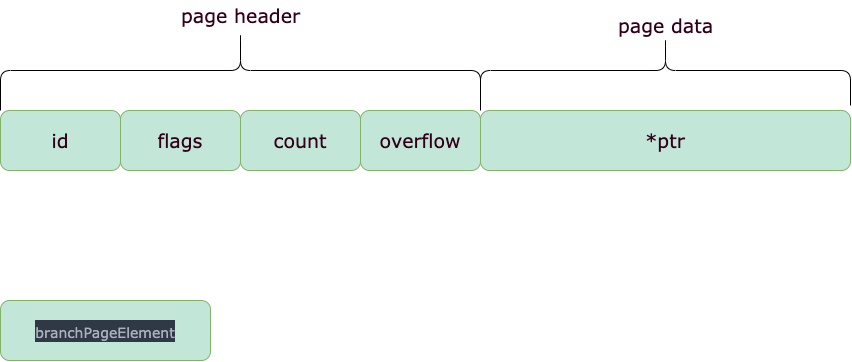
Above: uPic/分支节点类型page示意图.png in hfdpx/fictional-sniffle (draw.io), before the change. Source tidied: cells renumbered, new cells last; positions are measured from the earlier drawing's top-left corner, leaving out a move shared by most shapes.
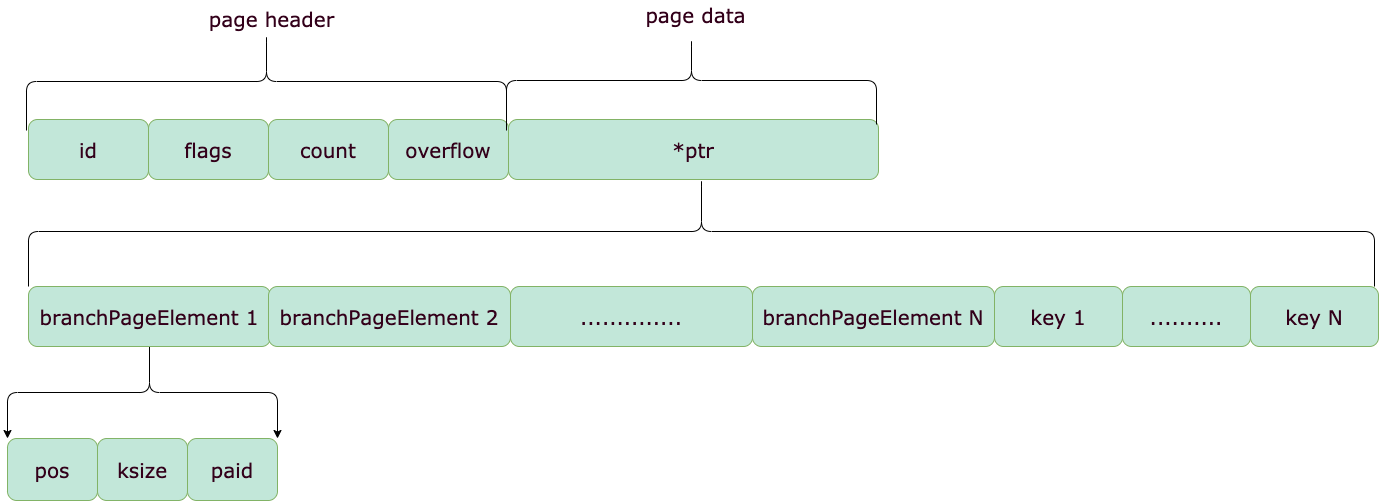
After the change.

Commit message:
更新分支节点类型page示意图.png

What changed in the source:
```diff
@@ -2,35 +2,71 @@
   <root>
     <mxCell id="0" />
     <mxCell id="1" parent="0" />
-    <mxCell id="2" value="count" style="rounded=1;whiteSpace=wrap;html=1;strokeColor=#82b366;fillColor=#C2E7D9;fontFamily=Verdana;fontSize=19;fontColor=#33001A;" parent="1" vertex="1">
+    <mxCell id="2" value="count" style="rounded=1;whiteSpace=wrap;html=1;strokeColor=#82b366;fillColor=#C2E7D9;fontFamily=Verdana;fontSize=20;fontColor=#33001A;" parent="1" vertex="1">
       <mxGeometry x="240" y="110" width="120" height="60" as="geometry" />
     </mxCell>
-    <mxCell id="3" value="flags" style="rounded=1;whiteSpace=wrap;html=1;strokeColor=#82b366;fillColor=#C2E7D9;fontFamily=Verdana;fontSize=19;fontColor=#33001A;" parent="1" vertex="1">
+    <mxCell id="3" value="flags" style="rounded=1;whiteSpace=wrap;html=1;strokeColor=#82b366;fillColor=#C2E7D9;fontFamily=Verdana;fontSize=20;fontColor=#33001A;" parent="1" vertex="1">
       <mxGeometry x="120" y="110" width="120" height="60" as="geometry" />
     </mxCell>
-    <mxCell id="4" value="overflow" style="rounded=1;whiteSpace=wrap;html=1;strokeColor=#82b366;fillColor=#C2E7D9;fontFamily=Verdana;fontSize=19;fontColor=#33001A;" parent="1" vertex="1">
+    <mxCell id="4" value="overflow" style="rounded=1;whiteSpace=wrap;html=1;strokeColor=#82b366;fillColor=#C2E7D9;fontFamily=Verdana;fontSize=20;fontColor=#33001A;" parent="1" vertex="1">
       <mxGeometry x="360" y="110" width="120" height="60" as="geometry" />
     </mxCell>
-    <mxCell id="5" value="*ptr" style="rounded=1;whiteSpace=wrap;html=1;strokeColor=#82b366;fillColor=#C2E7D9;fontFamily=Verdana;fontSize=19;fontColor=#33001A;" parent="1" vertex="1">
+    <mxCell id="5" value="*ptr" style="rounded=1;whiteSpace=wrap;html=1;strokeColor=#82b366;fillColor=#C2E7D9;fontFamily=Verdana;fontSize=20;fontColor=#33001A;" parent="1" vertex="1">
       <mxGeometry x="480" y="110" width="370" height="60" as="geometry" />
     </mxCell>
-    <mxCell id="6" value="id" style="rounded=1;whiteSpace=wrap;html=1;strokeColor=#82b366;fillColor=#C2E7D9;fontFamily=Verdana;fontSize=19;fontColor=#33001A;" parent="1" vertex="1">
+    <mxCell id="6" value="id" style="rounded=1;whiteSpace=wrap;html=1;strokeColor=#82b366;fillColor=#C2E7D9;fontFamily=Verdana;fontSize=20;fontColor=#33001A;" parent="1" vertex="1">
       <mxGeometry y="110" width="120" height="60" as="geometry" />
     </mxCell>
-    <mxCell id="7" style="shape=curlyBracket;whiteSpace=wrap;html=1;rounded=1;fontFamily=Verdana;fontSize=19;fillColor=#C2E7D9;direction=south;fontColor=#33001A;" parent="1" vertex="1">
-      <mxGeometry x="480" y="35" width="370" height="70" as="geometry" />
+    <mxCell id="7" style="shape=curlyBracket;whiteSpace=wrap;html=1;rounded=1;fontFamily=Verdana;fontSize=20;fillColor=#C2E7D9;direction=south;fontColor=#33001A;" parent="1" vertex="1">
+      <mxGeometry x="478" y="27" width="370" height="88" as="geometry" />
     </mxCell>
-    <mxCell id="8" value="page data" style="text;html=1;align=center;verticalAlign=middle;strokeColor=none;fillColor=none;fontSize=19;fontFamily=Verdana;fontColor=#33001A;" parent="1" vertex="1">
-      <mxGeometry x="610" y="10" width="110" height="30" as="geometry" />
+    <mxCell id="8" value="page data" style="text;html=1;align=center;verticalAlign=middle;strokeColor=none;fillColor=none;fontSize=20;fontFamily=Verdana;fontColor=#33001A;" parent="1" vertex="1">
+      <mxGeometry x="612" y="-9" width="110" height="28" as="geometry" />
     </mxCell>
-    <mxCell id="9" style="shape=curlyBracket;whiteSpace=wrap;html=1;rounded=1;fontFamily=Verdana;fontSize=19;fillColor=#C2E7D9;direction=south;fontColor=#33001A;" parent="1" vertex="1">
-      <mxGeometry y="30" width="480" height="80" as="geometry" />
+    <mxCell id="9" style="shape=curlyBracket;whiteSpace=wrap;html=1;rounded=1;fontFamily=Verdana;fontSize=20;fillColor=#C2E7D9;direction=south;fontColor=#33001A;" parent="1" vertex="1">
+      <mxGeometry y="167" width="1346" height="110" as="geometry" />
     </mxCell>
-    <mxCell id="10" value="page header" style="text;html=1;align=center;verticalAlign=middle;strokeColor=none;fillColor=none;fontSize=19;fontFamily=Verdana;fontColor=#33001A;" parent="1" vertex="1">
-      <mxGeometry x="175" width="130" height="30" as="geometry" />
+    <mxCell id="10" value="page header" style="text;html=1;align=center;verticalAlign=middle;strokeColor=none;fillColor=none;fontSize=20;fontFamily=Verdana;fontColor=#33001A;" parent="1" vertex="1">
+      <mxGeometry x="175" y="-5" width="135" height="28" as="geometry" />
     </mxCell>
-    <mxCell id="11" value="&lt;div style=&quot;background-color: rgb(48 , 56 , 69)&quot;&gt;&lt;div&gt;&lt;font color=&quot;#abb2bf&quot;&gt;&lt;span style=&quot;font-size: 14px&quot;&gt;branchPageElement&lt;/span&gt;&lt;span style=&quot;font-size: 10.5pt&quot;&gt;&lt;br&gt;&lt;/span&gt;&lt;/font&gt;&lt;/div&gt;&lt;/div&gt;" style="rounded=1;whiteSpace=wrap;html=1;strokeColor=#82b366;fillColor=#C2E7D9;fontFamily=Verdana;fontSize=19;fontColor=#33001A;" parent="1" vertex="1">
-      <mxGeometry y="300" width="210" height="60" as="geometry" />
-    </mxCell>
+    <mxCell id="12" style="edgeStyle=orthogonalEdgeStyle;curved=0;rounded=1;sketch=0;jettySize=auto;html=1;entryX=0;entryY=0;entryDx=0;entryDy=0;fontFamily=Verdana;fontSize=20;exitX=0.5;exitY=1;exitDx=0;exitDy=0;" parent="1" edge="1" source="14" target="21">
+      <mxGeometry relative="1" as="geometry" />
+    </mxCell>
+    <mxCell id="13" style="edgeStyle=orthogonalEdgeStyle;curved=0;rounded=1;sketch=0;jettySize=auto;html=1;exitX=0.5;exitY=1;exitDx=0;exitDy=0;entryX=1;entryY=0;entryDx=0;entryDy=0;fontFamily=Verdana;fontSize=20;" parent="1" edge="1" source="14" target="23">
+      <mxGeometry relative="1" as="geometry" />
+    </mxCell>
+    <mxCell id="14" value="branchPageElement 1" style="rounded=1;whiteSpace=wrap;html=1;strokeColor=#82b366;fillColor=#C2E7D9;fontFamily=Verdana;fontSize=20;fontColor=#33001A;" parent="1" vertex="1">
+      <mxGeometry y="277" width="242" height="60" as="geometry" />
+    </mxCell>
+    <mxCell id="15" value="branchPageElement 2" style="rounded=1;whiteSpace=wrap;html=1;strokeColor=#82b366;fillColor=#C2E7D9;fontFamily=Verdana;fontSize=20;fontColor=#33001A;" parent="1" vertex="1">
+      <mxGeometry x="240" y="277" width="242" height="60" as="geometry" />
+    </mxCell>
+    <mxCell id="16" value=".............." style="rounded=1;whiteSpace=wrap;html=1;strokeColor=#82b366;fillColor=#C2E7D9;fontFamily=Verdana;fontSize=20;fontColor=#33001A;" parent="1" vertex="1">
+      <mxGeometry x="482" y="277" width="242" height="60" as="geometry" />
+    </mxCell>
+    <mxCell id="17" value="branchPageElement N" style="rounded=1;whiteSpace=wrap;html=1;strokeColor=#82b366;fillColor=#C2E7D9;fontFamily=Verdana;fontSize=20;fontColor=#33001A;" parent="1" vertex="1">
+      <mxGeometry x="724" y="277" width="242" height="60" as="geometry" />
+    </mxCell>
+    <mxCell id="18" value="key 1" style="rounded=1;whiteSpace=wrap;html=1;strokeColor=#82b366;fillColor=#C2E7D9;fontFamily=Verdana;fontSize=20;fontColor=#33001A;" parent="1" vertex="1">
+      <mxGeometry x="966" y="277" width="128" height="60" as="geometry" />
+    </mxCell>
+    <mxCell id="19" value=".........." style="rounded=1;whiteSpace=wrap;html=1;strokeColor=#82b366;fillColor=#C2E7D9;fontFamily=Verdana;fontSize=20;fontColor=#33001A;" parent="1" vertex="1">
+      <mxGeometry x="1094" y="277" width="128" height="60" as="geometry" />
+    </mxCell>
+    <mxCell id="20" value="key N" style="rounded=1;whiteSpace=wrap;html=1;strokeColor=#82b366;fillColor=#C2E7D9;fontFamily=Verdana;fontSize=20;fontColor=#33001A;" parent="1" vertex="1">
+      <mxGeometry x="1222" y="277" width="128" height="60" as="geometry" />
+    </mxCell>
+    <mxCell id="21" value="pos" style="rounded=1;whiteSpace=wrap;html=1;strokeColor=#82b366;fillColor=#C2E7D9;fontFamily=Verdana;fontSize=20;fontColor=#33001A;" parent="1" vertex="1">
+      <mxGeometry x="-21" y="429" width="90" height="62" as="geometry" />
+    </mxCell>
+    <mxCell id="22" value="ksize" style="rounded=1;whiteSpace=wrap;html=1;strokeColor=#82b366;fillColor=#C2E7D9;fontFamily=Verdana;fontSize=20;fontColor=#33001A;" parent="1" vertex="1">
+      <mxGeometry x="69" y="429" width="90" height="62" as="geometry" />
+    </mxCell>
+    <mxCell id="23" value="paid" style="rounded=1;whiteSpace=wrap;html=1;strokeColor=#82b366;fillColor=#C2E7D9;fontFamily=Verdana;fontSize=20;fontColor=#33001A;" parent="1" vertex="1">
+      <mxGeometry x="159" y="429" width="90" height="62" as="geometry" />
+    </mxCell>
+    <mxCell id="24" style="shape=curlyBracket;whiteSpace=wrap;html=1;rounded=1;fontFamily=Verdana;fontSize=20;fillColor=#C2E7D9;direction=south;fontColor=#33001A;" parent="1" vertex="1">
+      <mxGeometry x="-2" y="23" width="480" height="98" as="geometry" />
+    </mxCell>
   </root>
 </mxGraphModel>
```
